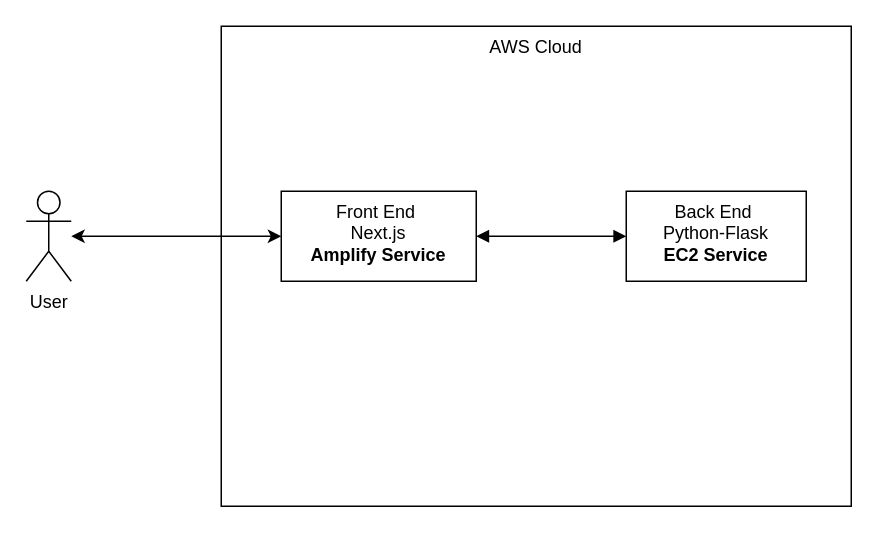
slawek0102/infoshare-ml-cv-be keeps this draw.io diagram as ml-models/model_1/schematInfrastructury.drawio. Above is the earlier version. Source tidied: cells renumbered, new cells numbered last; positions are measured from the earlier drawing's top-left corner, leaving out a move shared by most shapes. Both pictures are drawn from the tidied source at 150%, with x=0, y=0 at pixel (26, 26).
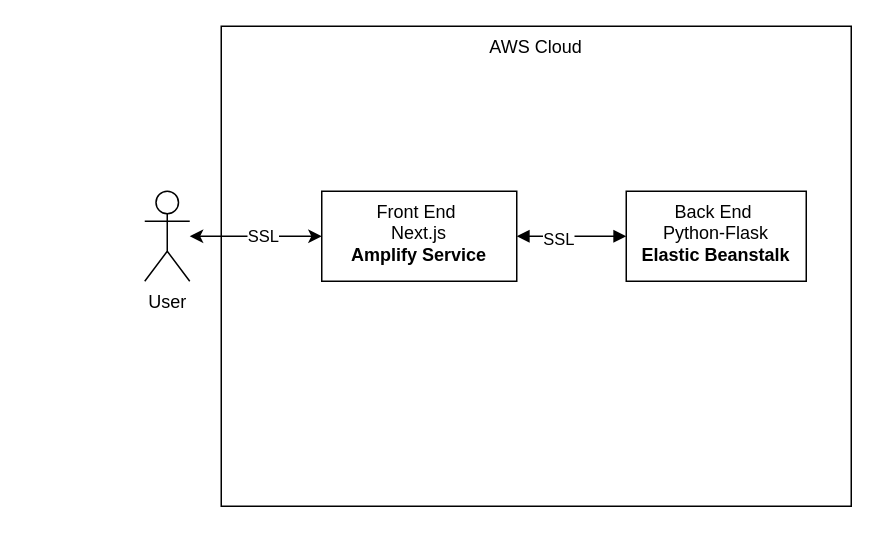
The same diagram, later.

Change to the diagram source:
```diff
@@
 <mxGraphModel>
   <root>
     <mxCell id="0" />
     <mxCell id="1" parent="0" />
     <mxCell id="2" value="&lt;div&gt;&lt;span style=&quot;background-color: initial;&quot;&gt;AWS Cloud&lt;/span&gt;&lt;br&gt;&lt;/div&gt;" style="rounded=0;whiteSpace=wrap;html=1;verticalAlign=top;" parent="1" vertex="1">
       <mxGeometry x="130" width="420" height="320" as="geometry" />
     </mxCell>
     <mxCell id="3" style="edgeStyle=orthogonalEdgeStyle;rounded=0;jettySize=auto;html=1;entryX=0;entryY=0.5;entryDx=0;entryDy=0;endArrow=block;endFill=1;startArrow=block;startFill=1;" parent="1" edge="1" source="4" target="5">
       <mxGeometry relative="1" as="geometry" />
     </mxCell>
+    <mxCell id="8" value="SSL" style="edgeLabel;html=1;align=center;verticalAlign=middle;" parent="3" vertex="1">
+      <mxGeometry x="-0.26" y="-1" relative="1" as="geometry" />
+    </mxCell>
     <mxCell id="4" value="&lt;div&gt;Front End&amp;nbsp;&lt;/div&gt;&lt;div&gt;Next.js&lt;/div&gt;&lt;b&gt;Amplify Service&lt;/b&gt;" style="rounded=0;whiteSpace=wrap;html=1;horizontal=1;verticalAlign=top;" parent="1" vertex="1">
-      <mxGeometry x="170" y="110" width="130" height="60" as="geometry" />
+      <mxGeometry x="197" y="110" width="130" height="60" as="geometry" />
     </mxCell>
-    <mxCell id="5" value="&lt;div&gt;Back End&amp;nbsp;&lt;/div&gt;&lt;div&gt;Python-Flask&lt;/div&gt;&lt;b&gt;EC2 Service&lt;/b&gt;" style="rounded=0;whiteSpace=wrap;html=1;horizontal=1;verticalAlign=top;" parent="1" vertex="1">
+    <mxCell id="5" value="&lt;div&gt;Back End&amp;nbsp;&lt;/div&gt;&lt;div&gt;Python-Flask&lt;/div&gt;&lt;b&gt;Elastic Beanstalk&lt;/b&gt;" style="rounded=0;whiteSpace=wrap;html=1;horizontal=1;verticalAlign=top;" parent="1" vertex="1">
       <mxGeometry x="400" y="110" width="120" height="60" as="geometry" />
     </mxCell>
     <mxCell id="6" value="User&lt;div&gt;&lt;br&gt;&lt;/div&gt;" style="shape=umlActor;verticalLabelPosition=bottom;verticalAlign=top;html=1;outlineConnect=0;fontStyle=0;" parent="1" vertex="1">
-      <mxGeometry y="110" width="30" height="60" as="geometry" />
+      <mxGeometry x="79" y="110" width="30" height="60" as="geometry" />
     </mxCell>
-    <mxCell id="7" style="endArrow=classic;startArrow=classic;html=1;rounded=0;entryX=0;entryY=0.5;entryDx=0;entryDy=0;" parent="1" edge="1" target="4">
-      <mxGeometry relative="1" as="geometry">
-        <mxPoint x="30" y="140" as="sourcePoint" />
-      </mxGeometry>
+    <mxCell id="7" style="endArrow=classic;startArrow=classic;html=1;rounded=0;entryX=0;entryY=0.5;entryDx=0;entryDy=0;" parent="1" edge="1" source="6" target="4">
+      <mxGeometry relative="1" as="geometry" />
     </mxCell>
+    <mxCell id="9" value="SSL" style="edgeLabel;html=1;align=center;verticalAlign=middle;" parent="7" vertex="1">
+      <mxGeometry x="0.08" y="1" relative="1" as="geometry" />
+    </mxCell>
   </root>
 </mxGraphModel>
```
